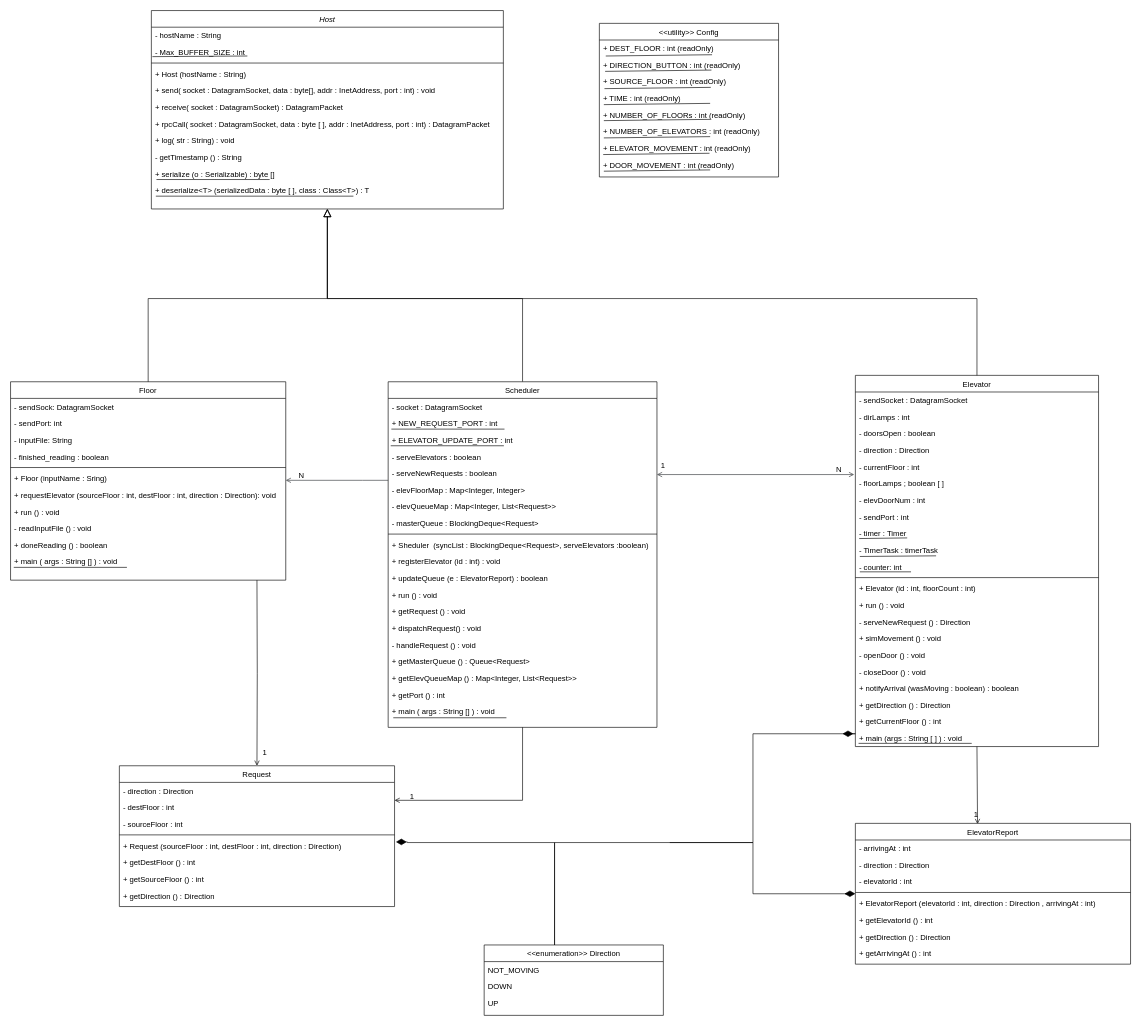
The draw.io diagram Iteration_4/class_diagram.drawio in anthyang/SYSC3303A_Win22_Project, before the edit. Source tidied: cells renumbered, new cells numbered last; positions are measured from the earlier drawing's top-left corner, leaving out a move shared by most shapes. Both pictures are drawn from the tidied source at 64%, with x=0, y=0 at pixel (10, 10).
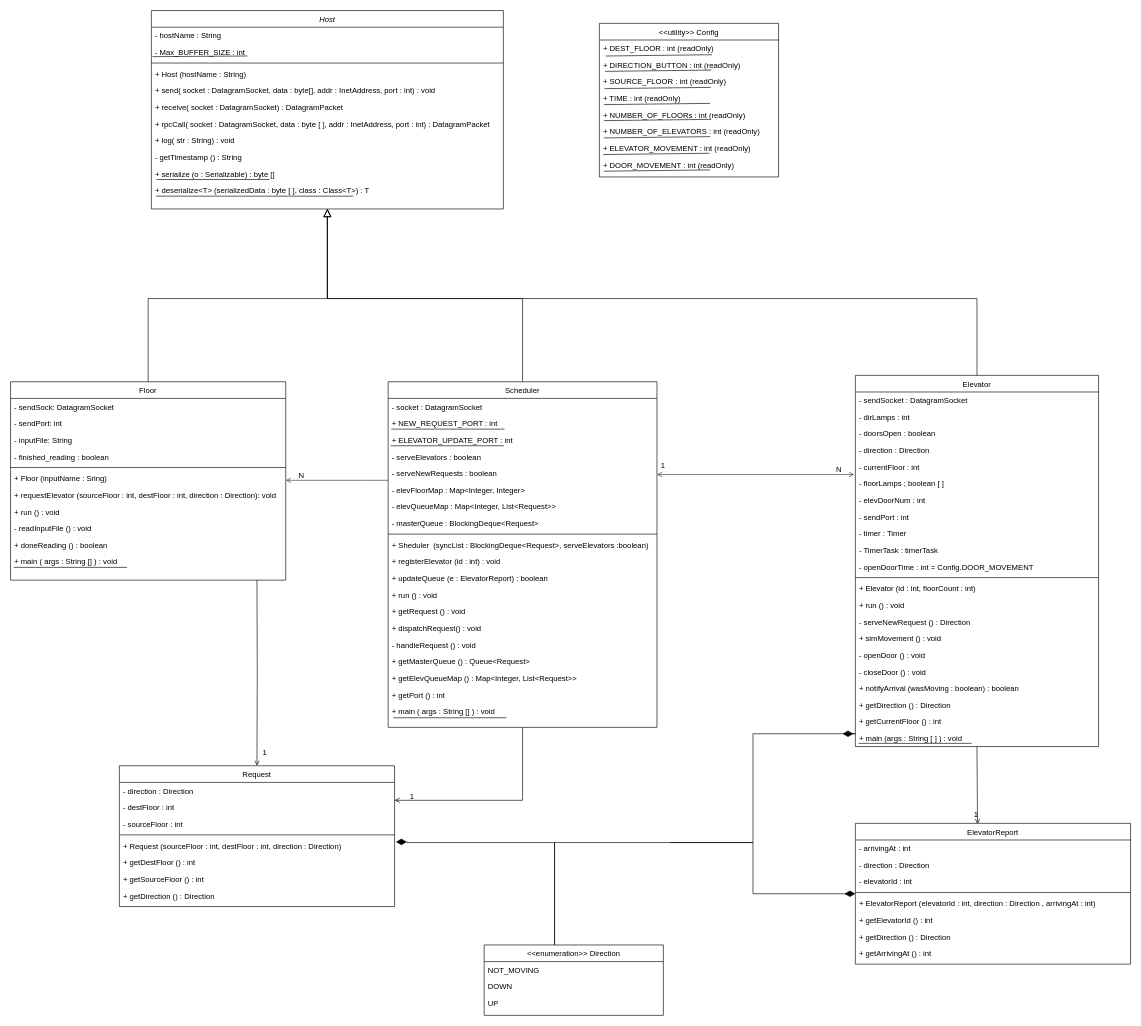
The same diagram, later.

Commit message (it also covers changes not shown here):
Updated class diagram in Elevator

The change refers to these unchanged cells:
```xml
<mxCell id="31" value="Elevator" style="swimlane;fontStyle=0;align=center;verticalAlign=top;horizontal=1;startSize=26;rounded=0;shadow=0;strokeWidth=1;" parent="1" vertex="1">
  <mxGeometry x="1320" y="570" width="380" height="580" as="geometry" />
</mxCell>
```

The edit, as a diff of the source:
```diff
@@
-    <mxCell id="40" value="- timer : Timer" style="text;align=left;verticalAlign=top;spacingLeft=4;spacingRight=4;overflow=hidden;" parent="31" vertex="1">
+    <mxCell id="40" value="- timer : Timer" style="text;align=left;verticalAlign=top;spacingLeft=4;spacingRight=4;overflow=hidden;fontStyle=0;" parent="31" vertex="1">
       <mxGeometry y="234" width="380" height="26" as="geometry" />
     </mxCell>
@@
-    <mxCell id="42" value="- counter: int" style="text;align=left;verticalAlign=top;spacingLeft=4;spacingRight=4;overflow=hidden;points=[[0,0.5],[1,0.5]];portConstraint=eastwest;" parent="31" vertex="1">
-      <mxGeometry y="286" width="380" height="26" as="geometry" />
-    </mxCell>
-    <mxCell id="43" style="endArrow=none;html=1;rounded=0;entryX=0.332;entryY=-0.154;entryDx=0;entryDy=0;entryPerimeter=0;" parent="31" edge="1" target="42">
-      <mxGeometry relative="1" as="geometry">
-        <mxPoint x="7" y="283" as="sourcePoint" />
-      </mxGeometry>
-    </mxCell>
+    <mxCell id="137" value="- openDoorTime : int = Config.DOOR_MOVEMENT" style="text;align=left;verticalAlign=top;spacingLeft=4;spacingRight=4;overflow=hidden;" parent="31" vertex="1">
+      <mxGeometry y="286" width="380" height="26" as="geometry" />
+    </mxCell>
@@
-    <mxCell id="135" style="endArrow=none;html=1;rounded=0;" parent="1" edge="1">
-      <mxGeometry relative="1" as="geometry">
-        <mxPoint x="1327" y="877" as="sourcePoint" />
-        <mxPoint x="1407" y="877" as="targetPoint" />
-      </mxGeometry>
-    </mxCell>
-    <mxCell id="136" style="endArrow=none;html=1;rounded=0;" parent="1" edge="1">
-      <mxGeometry relative="1" as="geometry">
-        <mxPoint x="1326" y="825" as="sourcePoint" />
-        <mxPoint x="1401" y="824" as="targetPoint" />
-      </mxGeometry>
-    </mxCell>
```
